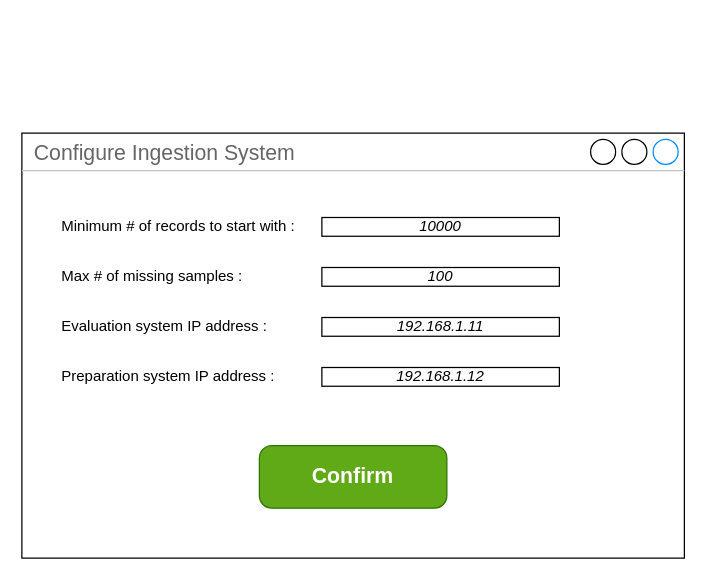
BaffoBello14/AutomaticDamagesRecognition keeps this draw.io diagram as configure/ingestion system (CAPE)/ingestion_system.drawio. Above is the earlier version. Source tidied: cells renumbered, new cells numbered last; positions are measured from the earlier drawing's top-left corner, leaving out a move shared by most shapes. Both pictures are drawn from the tidied source at 125%, with x=0, y=0 at pixel (21, 132).
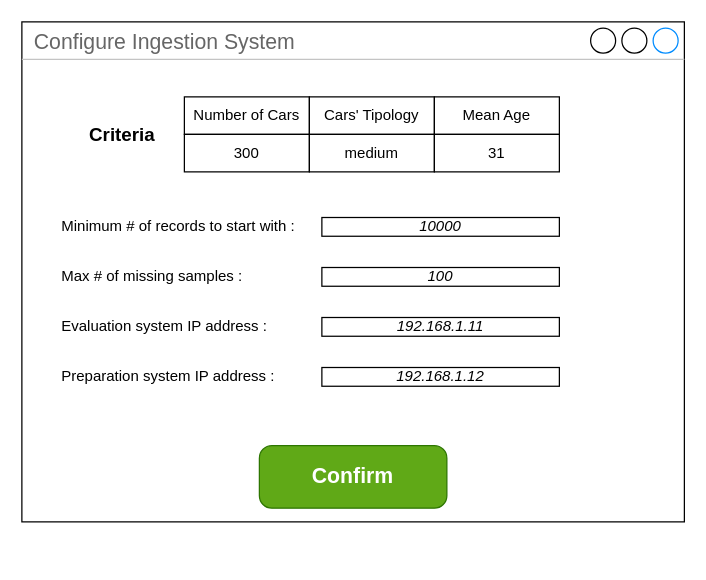
Above is the later version.

Commit message (it also covers changes not shown here):
Update configuration for ingestion system (CAPE)

What changed in the source:
```diff
@@
 <mxGraphModel>
   <root>
     <mxCell id="0" />
     <mxCell id="1" parent="0" />
     <mxCell id="2" value="Configure Ingestion System" style="strokeWidth=1;shadow=0;dashed=0;align=center;html=1;shape=mxgraph.mockup.containers.window;align=left;verticalAlign=top;spacingLeft=8;strokeColor2=#008cff;strokeColor3=#c4c4c4;fontColor=#666666;mainText=;fontSize=17;labelBackgroundColor=none;whiteSpace=wrap;" parent="1" vertex="1">
-      <mxGeometry width="530" height="340" as="geometry" />
+      <mxGeometry y="-89" width="530" height="400" as="geometry" />
     </mxCell>
     <mxCell id="3" value="Confirm" style="strokeWidth=1;shadow=0;dashed=0;align=center;html=1;shape=mxgraph.mockup.buttons.button;strokeColor=#2D7600;fontColor=#ffffff;mainText=;buttonStyle=round;fontSize=17;fontStyle=1;fillColor=#60a917;whiteSpace=wrap;" parent="1" vertex="1">
       <mxGeometry x="190" y="250" width="150" height="50" as="geometry" />
     </mxCell>
     <mxCell id="4" value="Minimum # of records to start with :" style="text;html=1;strokeColor=none;fillColor=none;align=left;verticalAlign=middle;whiteSpace=wrap;rounded=0;" parent="1" vertex="1">
       <mxGeometry x="30" y="60" width="210" height="30" as="geometry" />
     </mxCell>
     <mxCell id="5" value="&lt;i&gt;&lt;font&gt;10000&lt;/font&gt;&lt;/i&gt;" style="rounded=0;whiteSpace=wrap;html=1;fontColor=#000000;" parent="1" vertex="1">
       <mxGeometry x="240" y="67.5" width="190" height="15" as="geometry" />
     </mxCell>
     <mxCell id="6" value="Max # of missing samples :" style="text;html=1;strokeColor=none;fillColor=none;align=left;verticalAlign=middle;whiteSpace=wrap;rounded=0;" parent="1" vertex="1">
       <mxGeometry x="30" y="100" width="210" height="30" as="geometry" />
     </mxCell>
     <mxCell id="7" value="&lt;i&gt;&lt;font&gt;100&lt;/font&gt;&lt;/i&gt;" style="rounded=0;whiteSpace=wrap;html=1;fontColor=#000000;" parent="1" vertex="1">
       <mxGeometry x="240" y="107.5" width="190" height="15" as="geometry" />
     </mxCell>
     <mxCell id="8" value="Evaluation system IP address :" style="text;html=1;strokeColor=none;fillColor=none;align=left;verticalAlign=middle;whiteSpace=wrap;rounded=0;" parent="1" vertex="1">
       <mxGeometry x="30" y="140" width="210" height="30" as="geometry" />
     </mxCell>
     <mxCell id="9" value="&lt;i style=&quot;border-color: var(--border-color);&quot;&gt;&lt;font style=&quot;border-color: var(--border-color);&quot;&gt;192.168.1.11&lt;/font&gt;&lt;/i&gt;" style="rounded=0;whiteSpace=wrap;html=1;fontColor=#000000;" parent="1" vertex="1">
       <mxGeometry x="240" y="147.5" width="190" height="15" as="geometry" />
     </mxCell>
     <mxCell id="10" value="Preparation system IP address :" style="text;html=1;strokeColor=none;fillColor=none;align=left;verticalAlign=middle;whiteSpace=wrap;rounded=0;" parent="1" vertex="1">
       <mxGeometry x="30" y="180" width="210" height="30" as="geometry" />
     </mxCell>
     <mxCell id="11" value="&lt;i style=&quot;border-color: var(--border-color);&quot;&gt;&lt;font style=&quot;border-color: var(--border-color);&quot;&gt;192.168.1.12&lt;/font&gt;&lt;/i&gt;" style="rounded=0;whiteSpace=wrap;html=1;fontColor=#000000;" parent="1" vertex="1">
       <mxGeometry x="240" y="187.5" width="190" height="15" as="geometry" />
     </mxCell>
+    <mxCell id="12" style="group;" parent="1" vertex="1">
+      <mxGeometry x="130" y="-29" width="300" height="60" as="geometry" />
+    </mxCell>
+    <mxCell id="13" value="Number of Cars" style="whiteSpace=wrap;html=1;" parent="12" vertex="1">
+      <mxGeometry width="100" height="30" as="geometry" />
+    </mxCell>
+    <mxCell id="14" value="Cars' Tipology" style="whiteSpace=wrap;html=1;" parent="12" vertex="1">
+      <mxGeometry x="100" width="100" height="30" as="geometry" />
+    </mxCell>
+    <mxCell id="15" value="Mean Age" style="whiteSpace=wrap;html=1;" parent="12" vertex="1">
+      <mxGeometry x="200" width="100" height="30" as="geometry" />
+    </mxCell>
+    <mxCell id="16" value="300" style="whiteSpace=wrap;html=1;" parent="12" vertex="1">
+      <mxGeometry y="30" width="100" height="30" as="geometry" />
+    </mxCell>
+    <mxCell id="17" value="medium" style="whiteSpace=wrap;html=1;" parent="12" vertex="1">
+      <mxGeometry x="100" y="30" width="100" height="30" as="geometry" />
+    </mxCell>
+    <mxCell id="18" value="31" style="whiteSpace=wrap;html=1;" parent="12" vertex="1">
+      <mxGeometry x="200" y="30" width="100" height="30" as="geometry" />
+    </mxCell>
+    <mxCell id="19" value="&lt;b&gt;&lt;font style=&quot;font-size: 15px;&quot;&gt;Criteria&lt;/font&gt;&lt;/b&gt;" style="text;html=1;align=center;verticalAlign=middle;strokeColor=none;fillColor=none;" parent="1" vertex="1">
+      <mxGeometry x="40" y="-14" width="80" height="30" as="geometry" />
+    </mxCell>
   </root>
 </mxGraphModel>
```
